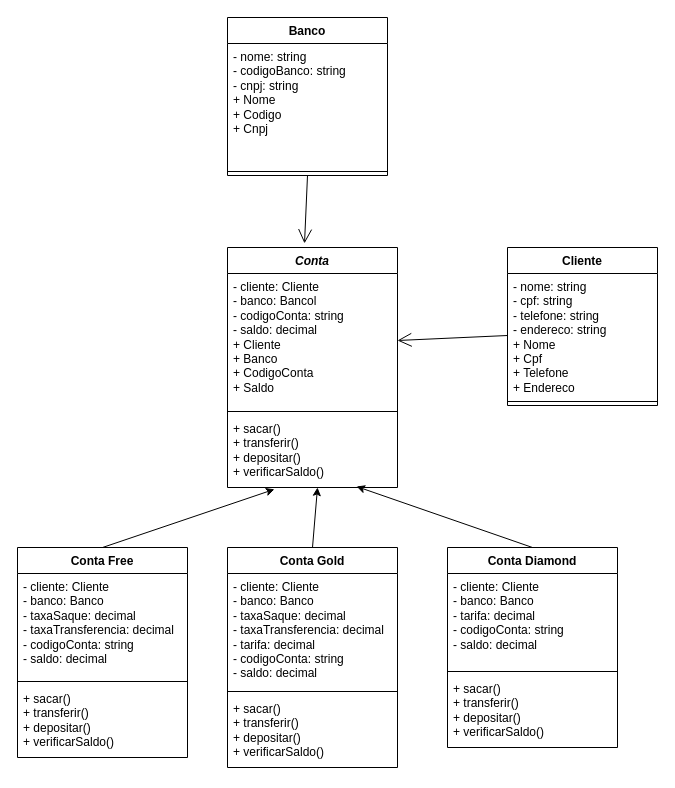
IamArthurGama/OOP-Abstract-Classes keeps this draw.io diagram as Classes Abstratas - POO.drawio. Above is the earlier version. Source tidied: cells renumbered, new cells numbered last; positions are measured from the earlier drawing's top-left corner, leaving out a move shared by most shapes. Both pictures are drawn from the tidied source at 100%, with x=0, y=0 at pixel (17, 17).
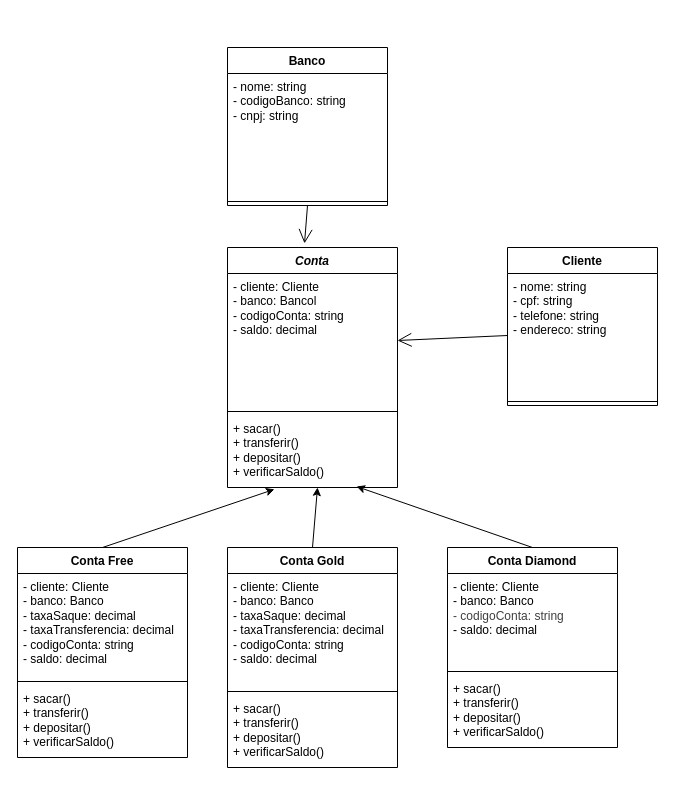
Above is the later version.

Commit message:
tirei os set e get

Unchanged cells that the change refers to:
```xml
<mxCell id="2" value="&lt;i&gt;Conta&lt;/i&gt;" style="swimlane;fontStyle=1;align=center;verticalAlign=top;horizontal=1;startSize=26;whiteSpace=wrap;html=1;" parent="1" vertex="1">
  <mxGeometry x="210" y="230" width="170" height="240" as="geometry" />
</mxCell>
<mxCell id="9" value="Cliente" style="swimlane;fontStyle=1;align=center;verticalAlign=top;horizontal=1;startSize=26;whiteSpace=wrap;html=1;" parent="1" vertex="1">
  <mxGeometry x="490" y="230" width="150" height="158" as="geometry" />
</mxCell>
<mxCell id="16" value="Conta Gold" style="swimlane;fontStyle=1;align=center;verticalAlign=top;horizontal=1;startSize=26;whiteSpace=wrap;html=1;" parent="1" vertex="1">
  <mxGeometry x="210" y="530" width="170" height="220" as="geometry" />
</mxCell>
<mxCell id="20" value="Conta Diamond" style="swimlane;fontStyle=1;align=center;verticalAlign=top;horizontal=1;startSize=26;whiteSpace=wrap;html=1;" parent="1" vertex="1">
  <mxGeometry x="430" y="530" width="170" height="200" as="geometry" />
</mxCell>
```

The edit, as a diff of the source:
```diff
@@
-    <mxCell id="3" value="- cliente: Cliente&lt;div&gt;- banco: Banco&lt;span style=&quot;background-color: transparent; color: light-dark(rgb(0, 0, 0), rgb(255, 255, 255));&quot;&gt;l&lt;/span&gt;&lt;/div&gt;&lt;div&gt;- codigoConta: string&lt;/div&gt;&lt;div&gt;- saldo: decimal&lt;/div&gt;&lt;div&gt;+ Cliente&lt;/div&gt;&lt;div&gt;+ Banco&lt;/div&gt;&lt;div&gt;+ CodigoConta&lt;/div&gt;&lt;div&gt;+ Saldo&lt;/div&gt;" style="text;strokeColor=none;fillColor=none;align=left;verticalAlign=top;spacingLeft=4;spacingRight=4;overflow=hidden;points=[[0,0.5],[1,0.5]];portConstraint=eastwest;whiteSpace=wrap;html=1;" parent="2" vertex="1">
+    <mxCell id="3" value="- cliente: Cliente&lt;div&gt;- banco: Banco&lt;span style=&quot;background-color: transparent; color: light-dark(rgb(0, 0, 0), rgb(255, 255, 255));&quot;&gt;l&lt;/span&gt;&lt;/div&gt;&lt;div&gt;- codigoConta: string&lt;/div&gt;&lt;div&gt;- saldo: decimal&lt;/div&gt;&lt;div&gt;&lt;br&gt;&lt;/div&gt;" style="text;strokeColor=none;fillColor=none;align=left;verticalAlign=top;spacingLeft=4;spacingRight=4;overflow=hidden;points=[[0,0.5],[1,0.5]];portConstraint=eastwest;whiteSpace=wrap;html=1;" parent="2" vertex="1">
       <mxGeometry y="26" width="170" height="134" as="geometry" />
     </mxCell>
@@
     <mxCell id="6" value="Banco" style="swimlane;fontStyle=1;align=center;verticalAlign=top;horizontal=1;startSize=26;whiteSpace=wrap;html=1;" parent="1" vertex="1">
-      <mxGeometry x="210" width="160" height="158" as="geometry" />
+      <mxGeometry x="210" y="30" width="160" height="158" as="geometry" />
     </mxCell>
-    <mxCell id="7" value="- nome: string&lt;div&gt;- codigoBanco: string&lt;/div&gt;&lt;div&gt;- cnpj: string&lt;/div&gt;&lt;div&gt;+ Nome&lt;/div&gt;&lt;div&gt;+ Codigo&lt;/div&gt;&lt;div&gt;+ Cnpj&lt;/div&gt;&lt;div&gt;&lt;br&gt;&lt;/div&gt;" style="text;strokeColor=none;fillColor=none;align=left;verticalAlign=top;spacingLeft=4;spacingRight=4;overflow=hidden;whiteSpace=wrap;html=1;" parent="6" vertex="1">
+    <mxCell id="7" value="- nome: string&lt;div&gt;- codigoBanco: string&lt;/div&gt;&lt;div&gt;- cnpj: string&lt;/div&gt;&lt;div&gt;&lt;br&gt;&lt;/div&gt;&lt;div&gt;&lt;br&gt;&lt;/div&gt;" style="text;strokeColor=none;fillColor=none;align=left;verticalAlign=top;spacingLeft=4;spacingRight=4;overflow=hidden;whiteSpace=wrap;html=1;" parent="6" vertex="1">
       <mxGeometry y="26" width="160" height="124" as="geometry" />
     </mxCell>
@@
-    <mxCell id="10" value="- nome: string&lt;div&gt;- cpf: string&lt;/div&gt;&lt;div&gt;- telefone: string&lt;/div&gt;&lt;div&gt;- endereco: string&lt;/div&gt;&lt;div&gt;+ Nome&lt;/div&gt;&lt;div&gt;+ Cpf&lt;/div&gt;&lt;div&gt;+ Telefone&lt;/div&gt;&lt;div&gt;+ Endereco&lt;/div&gt;" style="text;strokeColor=none;fillColor=none;align=left;verticalAlign=top;spacingLeft=4;spacingRight=4;overflow=hidden;points=[[0,0.5],[1,0.5]];portConstraint=eastwest;whiteSpace=wrap;html=1;" parent="9" vertex="1">
+    <mxCell id="10" value="- nome: string&lt;div&gt;- cpf: string&lt;/div&gt;&lt;div&gt;- telefone: string&lt;/div&gt;&lt;div&gt;- endereco: string&lt;/div&gt;&lt;div&gt;&lt;br&gt;&lt;/div&gt;" style="text;strokeColor=none;fillColor=none;align=left;verticalAlign=top;spacingLeft=4;spacingRight=4;overflow=hidden;points=[[0,0.5],[1,0.5]];portConstraint=eastwest;whiteSpace=wrap;html=1;" parent="9" vertex="1">
       <mxGeometry y="26" width="150" height="124" as="geometry" />
     </mxCell>
@@
-    <mxCell id="17" value="- cliente: Cliente&lt;div&gt;- banco: Banco&lt;/div&gt;&lt;div&gt;- taxaSaque: decimal&lt;/div&gt;&lt;div&gt;- taxaTransferencia: decimal&lt;/div&gt;&lt;div&gt;- tarifa: decimal&lt;/div&gt;&lt;div&gt;- codigoConta: string&lt;/div&gt;&lt;div&gt;- saldo: decimal&lt;/div&gt;&lt;div&gt;&lt;br&gt;&lt;/div&gt;" style="text;strokeColor=none;fillColor=none;align=left;verticalAlign=top;spacingLeft=4;spacingRight=4;overflow=hidden;whiteSpace=wrap;html=1;" parent="16" vertex="1">
+    <mxCell id="17" value="- cliente: Cliente&lt;div&gt;- banco: Banco&lt;/div&gt;&lt;div&gt;- taxaSaque: decimal&lt;/div&gt;&lt;div&gt;- taxaTransferencia: decimal&lt;/div&gt;&lt;div&gt;- codigoConta: string&lt;/div&gt;&lt;div&gt;- saldo: decimal&lt;/div&gt;&lt;div&gt;&lt;br&gt;&lt;/div&gt;" style="text;strokeColor=none;fillColor=none;align=left;verticalAlign=top;spacingLeft=4;spacingRight=4;overflow=hidden;whiteSpace=wrap;html=1;" parent="16" vertex="1">
       <mxGeometry y="26" width="170" height="114" as="geometry" />
     </mxCell>
@@
-    <mxCell id="21" value="- cliente: Cliente&lt;div&gt;- banco: Banco&lt;/div&gt;&lt;div&gt;- tarifa: decimal&lt;/div&gt;&lt;div&gt;- codigoConta: string&lt;/div&gt;&lt;div&gt;- saldo: decimal&lt;/div&gt;&lt;div&gt;&lt;br&gt;&lt;/div&gt;" style="text;strokeColor=none;fillColor=none;align=left;verticalAlign=top;spacingLeft=4;spacingRight=4;overflow=hidden;whiteSpace=wrap;html=1;" parent="20" vertex="1">
+    <mxCell id="21" value="- cliente: Cliente&lt;div&gt;- banco: Banco&lt;/div&gt;&lt;div&gt;&lt;span style=&quot;color: rgb(63, 63, 63); background-color: transparent;&quot;&gt;- codigoConta: string&lt;/span&gt;&lt;/div&gt;&lt;div&gt;- saldo: decimal&lt;/div&gt;&lt;div&gt;&lt;br&gt;&lt;/div&gt;" style="text;strokeColor=none;fillColor=none;align=left;verticalAlign=top;spacingLeft=4;spacingRight=4;overflow=hidden;whiteSpace=wrap;html=1;" parent="20" vertex="1">
       <mxGeometry y="26" width="170" height="94" as="geometry" />
     </mxCell>
```
